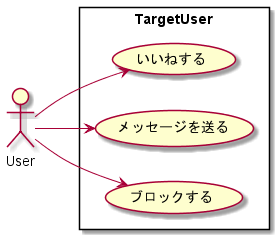
pistachio1000g/DDDWithTypeScript keeps this PlantUML diagram as out/documents/usercase_graph/usercase_graph.png. Above is the earlier version. Its diagram source:
```plantuml
@startuml
left to right direction
actor "User" as User
rectangle TargetUser{
    usecase "いいねする" as Like
    usecase "メッセージを送る" as SendMessage
    usecase "ブロックする" as Block
}
User --> Like
User --> SendMessage
User --> Block
@enduml
```
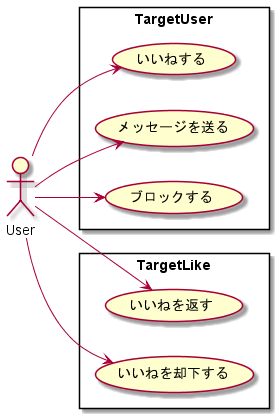
After the change.

Diff of the diagram source:
```diff
@@ -1,12 +1,21 @@
 @startuml
+actor "User" as User
 left to right direction
-actor "User" as User
 rectangle TargetUser{
     usecase "いいねする" as Like
     usecase "メッセージを送る" as SendMessage
     usecase "ブロックする" as Block
 }
+
+rectangle TargetLike{
+    usecase "いいねを返す" as Matching
+    usecase "いいねを却下する" as UnMatching
+}
 User --> Like
 User --> SendMessage
 User --> Block
+
+User --> Matching
+User --> UnMatching
+
 @enduml
```
